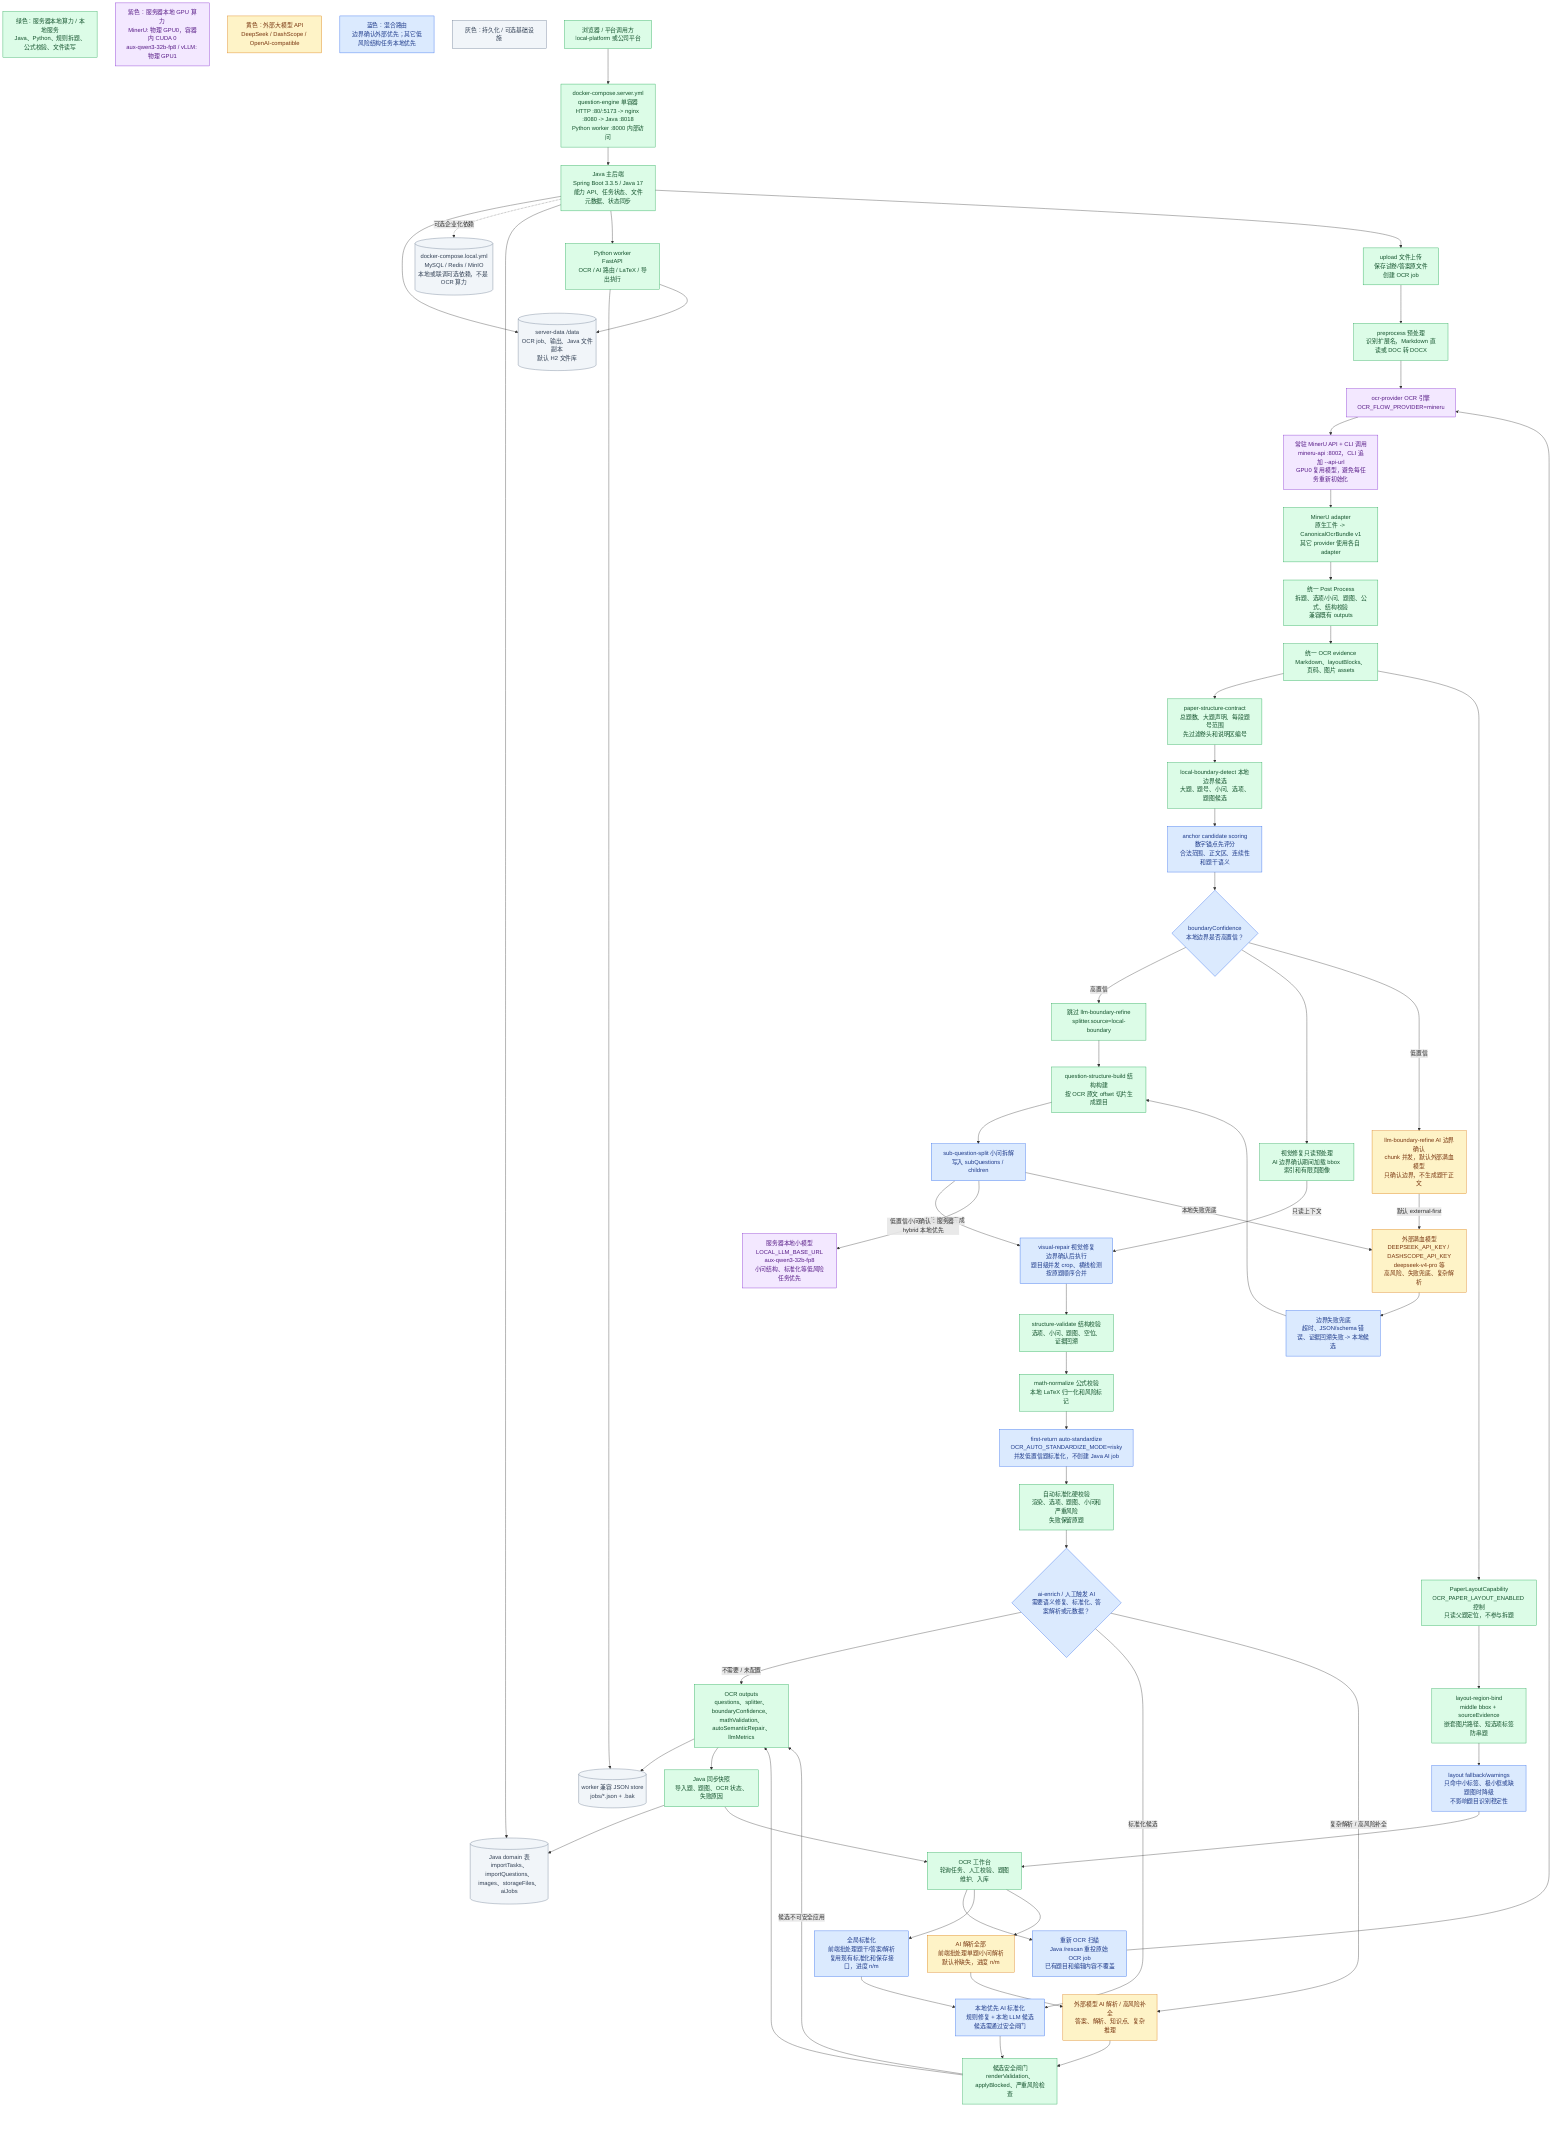
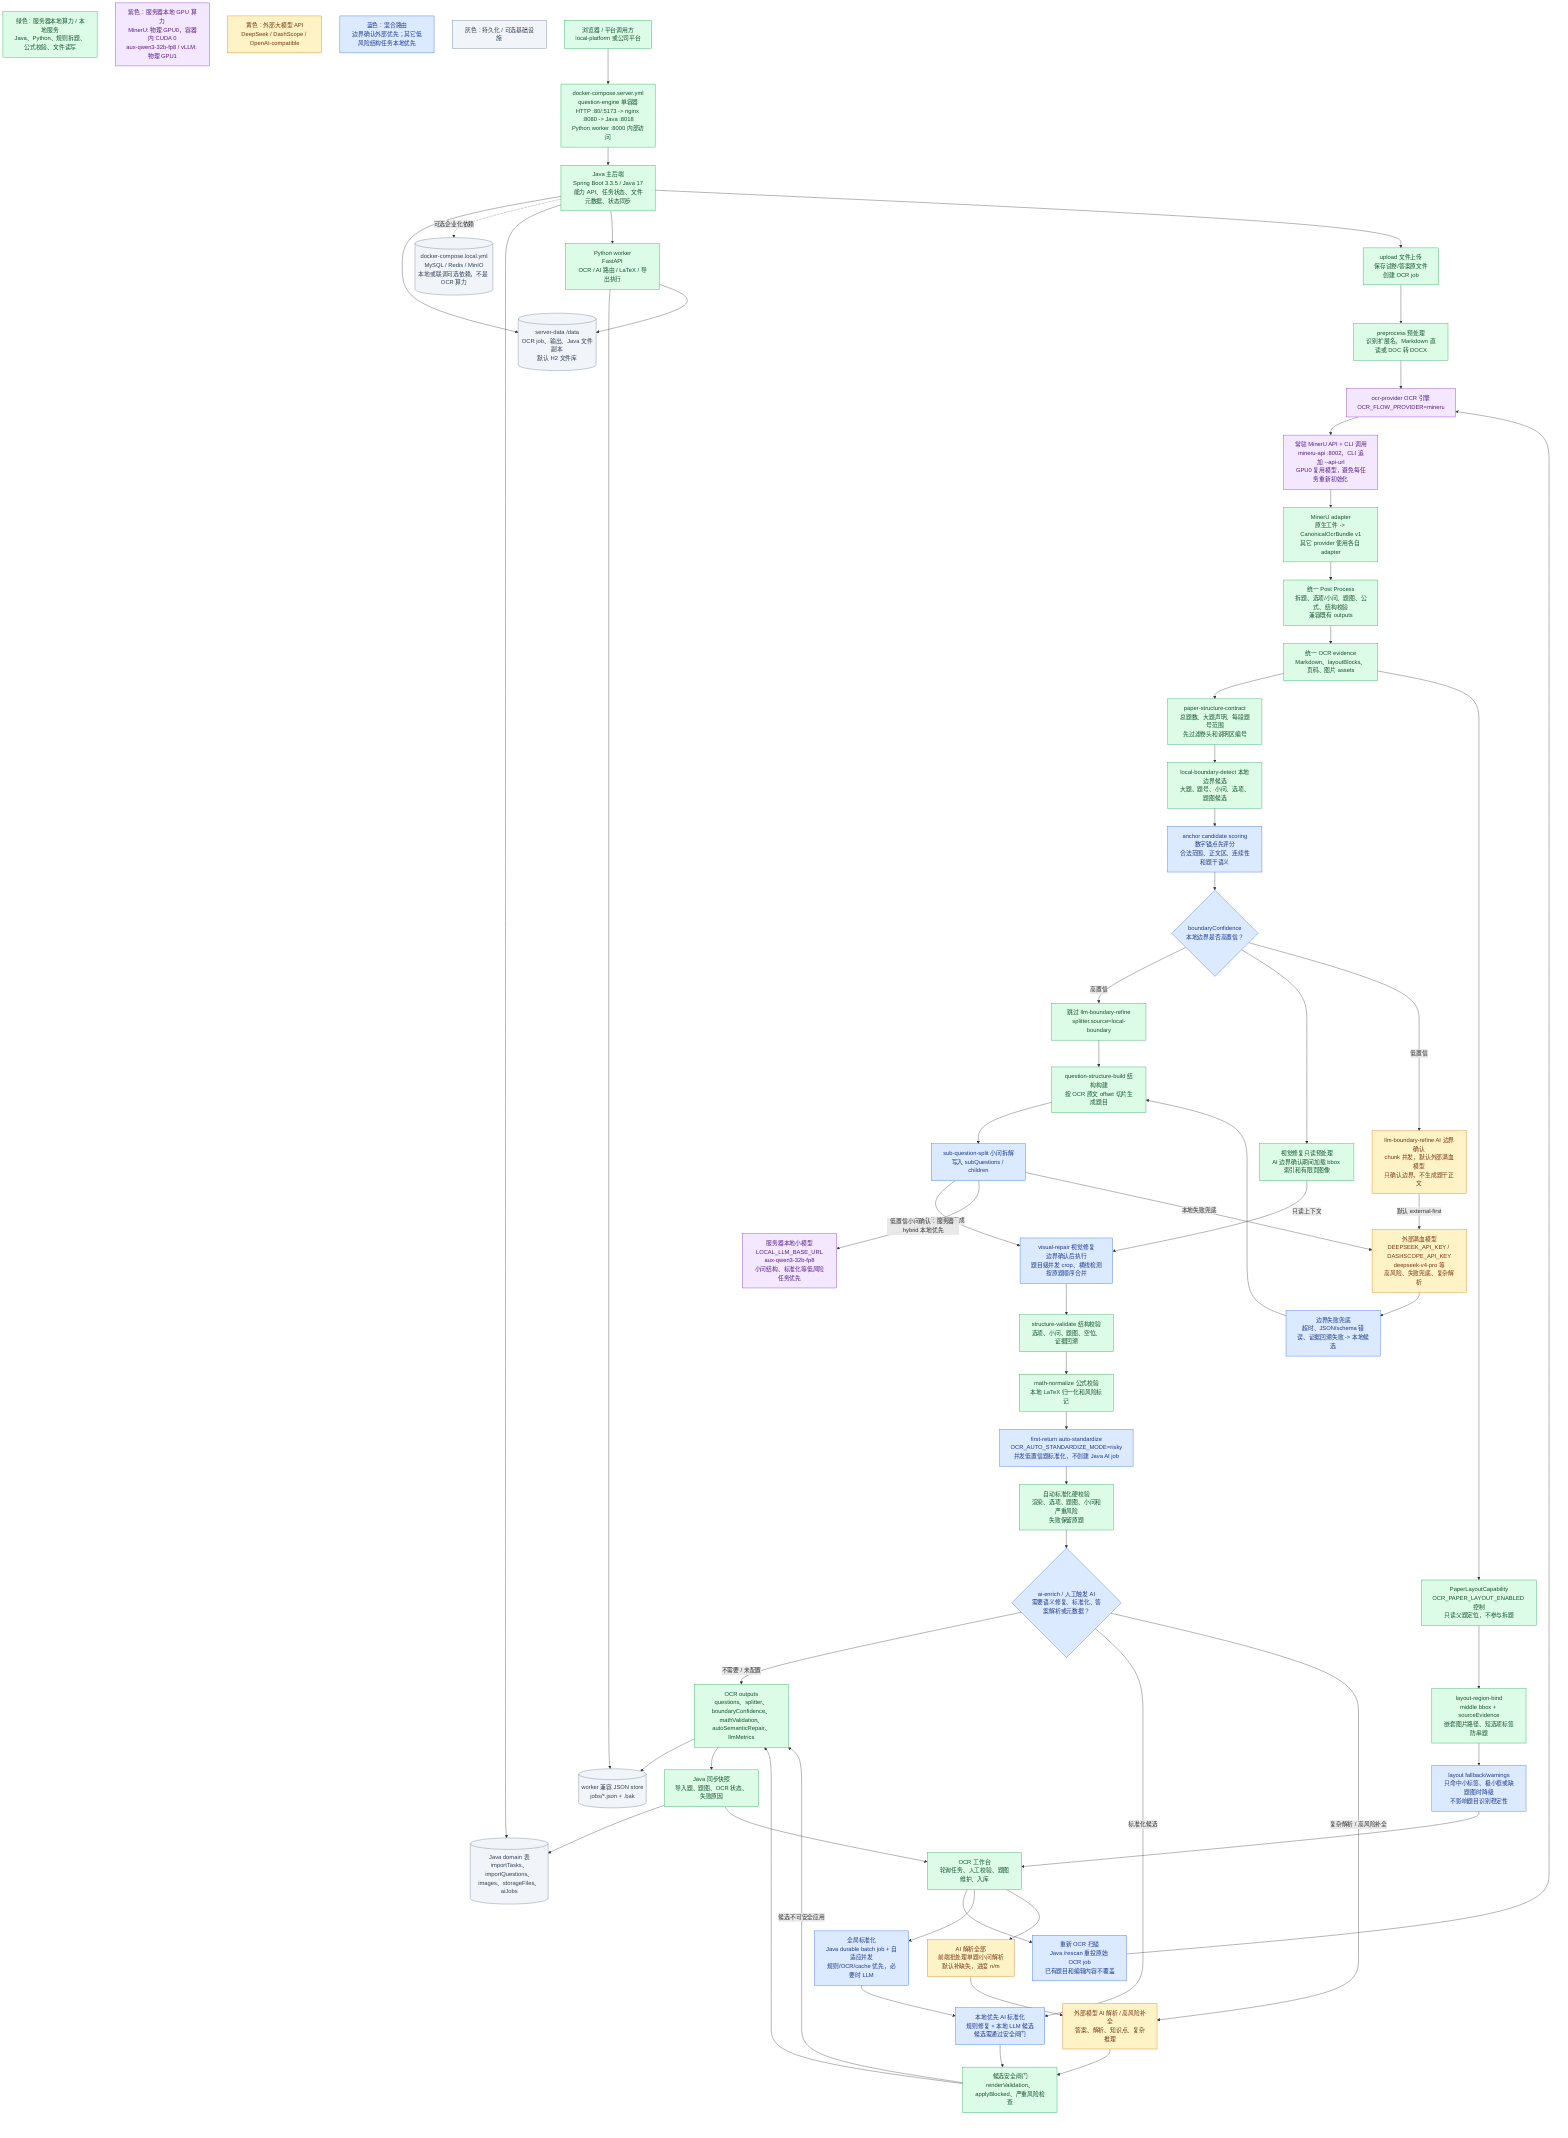
%% Version: 2026-07-15 / server deployment / CanonicalOcrBundle v1
%% Status: current-support
%% Scope: server deployment OCR/AI compute boundary, GPU assignment, MinerU API, first-return auto standardization, layout overlay isolation, global standardization, and public demo runtime.
flowchart TD
  LegendLocal["绿色：服务器本地算力 / 本地服务<br/>Java、Python、规则拆题、公式校验、文件读写"]:::local
  LegendGpu["紫色：服务器本地 GPU 算力<br/>MinerU: 物理 GPU0，容器内 CUDA 0<br/>aux-qwen3-32b-fp8 / vLLM: 物理 GPU1"]:::gpu
  LegendExternal["黄色：外部大模型 API<br/>DeepSeek / DashScope / OpenAI-compatible"]:::external
  LegendHybrid["蓝色：混合路由<br/>边界确认外部优先；其它低风险结构任务本地优先"]:::hybrid
  LegendStore["灰色：持久化 / 可选基础设施"]:::store

  Client["浏览器 / 平台调用方<br/>local-platform 或公司平台"]:::local
  ServerCompose["docker-compose.server.yml<br/>question-engine 单容器<br/>HTTP :80/:5173 -> nginx :8080 -> Java :8018<br/>Python worker :8000 内部访问"]:::local
  Java["Java 主后端<br/>Spring Boot 3.3.5 / Java 17<br/>能力 API、任务状态、文件元数据、状态同步"]:::local
  Worker["Python worker<br/>FastAPI<br/>OCR / AI 路由 / LaTeX / 导出执行"]:::local

  ServerData[("server-data /data<br/>OCR job、输出、Java 文件副本<br/>默认 H2 文件库")]:::store
  OptionalDeps[("docker-compose.local.yml<br/>MySQL / Redis / MinIO<br/>本地或联调可选依赖，不是 OCR 算力")]:::store
  JavaTables[("Java domain 表<br/>importTasks、importQuestions、images、storageFiles、aiJobs")]:::store
  WorkerStore[("worker 兼容 JSON store<br/>jobs/*.json + .bak")]:::store

  Upload["upload 文件上传<br/>保存试卷/答案原文件<br/>创建 OCR job"]:::local
  Preprocess["preprocess 预处理<br/>识别扩展名，Markdown 直读或 DOC 转 DOCX"]:::local
  OcrProvider["ocr-provider OCR 引擎<br/>OCR_FLOW_PROVIDER=mineru"]:::gpu
  MinerU["常驻 MinerU API + CLI 调用<br/>mineru-api :8002，CLI 追加 --api-url<br/>GPU0 复用模型，避免每任务重新初始化"]:::gpu
  ProviderAdapter["MinerU adapter<br/>原生工件 -> CanonicalOcrBundle v1<br/>其它 provider 使用各自 adapter"]:::local
  PostProcess["统一 Post Process<br/>拆题、选项/小问、题图、公式、结构校验<br/>兼容既有 outputs"]:::local
  Collect["统一 OCR evidence<br/>Markdown、layoutBlocks、页码、图片 assets"]:::local
  StructureContract["paper-structure-contract<br/>总题数、大题声明、每段题号范围<br/>先过滤卷头和说明区编号"]:::local
  LocalBoundary["local-boundary-detect 本地边界候选<br/>大题、题号、小问、选项、题图候选"]:::local
  AnchorScore["anchor candidate scoring<br/>数字锚点先评分<br/>合法范围、正文区、连续性和题干语义"]:::hybrid
  Confidence{"boundaryConfidence<br/>本地边界是否高置信？"}:::hybrid
  SkipBoundaryLlm["跳过 llm-boundary-refine<br/>splitter.source=local-boundary"]:::local

  VisualRepairPreload["视觉修复只读预处理<br/>AI 边界确认期间加载 bbox 索引和有限页图像"]:::local
  BoundaryRoute["llm-boundary-refine AI 边界确认<br/>chunk 并发，默认外部满血模型<br/>只确认边界，不生成题干正文"]:::external
  LocalLLM["服务器本地小模型<br/>LOCAL_LLM_BASE_URL<br/>aux-qwen3-32b-fp8<br/>小问结构、标准化等低风险任务优先"]:::gpu
  ExternalLLM["外部满血模型<br/>DEEPSEEK_API_KEY / DASHSCOPE_API_KEY<br/>deepseek-v4-pro 等<br/>高风险、失败兜底、复杂解析"]:::external
  BoundaryFallback["边界失败兜底<br/>超时、JSON/schema 错误、证据回溯失败 -> 本地候选"]:::hybrid

  BuildStructure["question-structure-build 结构构建<br/>按 OCR 原文 offset 切片生成题目"]:::local
  SubQuestion["sub-question-split 小问拆解<br/>写入 subQuestions / children"]:::hybrid
  VisualRepair["visual-repair 视觉修复<br/>边界确认后执行<br/>题目级并发 crop、横线检测<br/>按原题顺序合并"]:::hybrid
  StructureValidate["structure-validate 结构校验<br/>选项、小问、题图、空位、证据回溯"]:::local
  MathNormalize["math-normalize 公式校验<br/>本地 LaTeX 归一化和风险标记"]:::local
  AutoStandardize["first-return auto-standardize<br/>OCR_AUTO_STANDARDIZE_MODE=risky<br/>并发低置信题标准化，不创建 Java AI job"]:::hybrid
  AutoStandardizeGate["自动标准化硬校验<br/>渲染、选项、题图、小问和严重风险<br/>失败保留原题"]:::local

  AiEnrichDecision{"ai-enrich / 人工触发 AI<br/>需要语义修复、标准化、答案解析或元数据？"}:::hybrid
  LocalStandardize["本地优先 AI 标准化<br/>规则修复 + 本地 LLM 候选<br/>候选需通过安全闸门"]:::hybrid
  ExternalAnalysis["外部模型 AI 解析 / 高风险补全<br/>答案、解析、知识点、复杂推理"]:::external
  AiGate["候选安全闸门<br/>renderValidation、applyBlocked、严重风险检查"]:::local

  Outputs["OCR outputs<br/>questions、splitter、boundaryConfidence、mathValidation、autoSemanticRepair、llmMetrics"]:::local
  JavaSync["Java 同步快照<br/>导入题、题图、OCR 状态、失败原因"]:::local
  PaperLayout["PaperLayoutCapability<br/>OCR_PAPER_LAYOUT_ENABLED 控制<br/>只读父题定位，不参与拆题"]:::local
  LayoutBind["layout-region-bind<br/>middle bbox + sourceEvidence<br/>嵌套图片路径、短选项标签防串题"]:::local
  LayoutFallback["layout fallback/warnings<br/>只命中小标签、极小框或缺题图时降级<br/>不影响题目识别稳定性"]:::hybrid
  Workbench["OCR 工作台<br/>轮询任务、人工校验、题图维护、入库"]:::local
  Rescan["重新 OCR 扫描<br/>Java /rescan 重投原始 OCR job<br/>已有题目和编辑内容不覆盖"]:::hybrid
-   BatchStandardize["全局标准化<br/>前端批处理题干/答案/解析<br/>复用现有标准化和保存接口，进度 n/m"]:::hybrid
+   BatchStandardize["全局标准化<br/>Java durable batch job + 自适应并发<br/>规则/OCR/cache 优先，必要时 LLM"]:::hybrid
  BatchAnalysis["AI 解析全部<br/>前端批处理单题/小问解析<br/>默认补缺失，进度 n/m"]:::external

  Client --> ServerCompose --> Java
  Java --> ServerData
  Java -. 可选企业化依赖 .-> OptionalDeps
  Java --> JavaTables
  Java --> Worker
  Worker --> WorkerStore
  Worker --> ServerData

  Java --> Upload --> Preprocess --> OcrProvider --> MinerU --> ProviderAdapter --> PostProcess --> Collect
  Collect --> StructureContract --> LocalBoundary --> AnchorScore --> Confidence
  Confidence -- 高置信 --> SkipBoundaryLlm --> BuildStructure
  Confidence --> VisualRepairPreload
  Confidence -- 低置信 --> BoundaryRoute
  BoundaryRoute -- "默认 external-first" --> ExternalLLM --> BoundaryFallback
  BoundaryFallback --> BuildStructure

  BuildStructure --> SubQuestion
  SubQuestion -- "本地规则可完成" --> VisualRepair
  VisualRepairPreload -- "只读上下文" --> VisualRepair
  SubQuestion -- "低置信小问确认：服务器 hybrid 本地优先" --> LocalLLM
  SubQuestion -- "本地失败兜底" --> ExternalLLM
  VisualRepair --> StructureValidate --> MathNormalize --> AutoStandardize --> AutoStandardizeGate --> AiEnrichDecision

  AiEnrichDecision -- "不需要 / 未配置" --> Outputs
  AiEnrichDecision -- "标准化候选" --> LocalStandardize --> AiGate --> Outputs
  AiEnrichDecision -- "复杂解析 / 高风险补全" --> ExternalAnalysis --> AiGate
  AiGate -- "候选不可安全应用" --> Outputs
  Outputs --> WorkerStore
  Outputs --> JavaSync --> JavaTables
  Collect --> PaperLayout --> LayoutBind --> LayoutFallback --> Workbench
  JavaSync --> Workbench
  Workbench --> Rescan --> OcrProvider
  Workbench --> BatchStandardize --> LocalStandardize
  Workbench --> BatchAnalysis --> ExternalAnalysis

  classDef local fill:#dcfce7,stroke:#16a34a,color:#14532d,stroke-width:1px;
  classDef gpu fill:#f3e8ff,stroke:#7e22ce,color:#581c87,stroke-width:1px;
  classDef external fill:#fef3c7,stroke:#d97706,color:#78350f,stroke-width:1px;
  classDef hybrid fill:#dbeafe,stroke:#2563eb,color:#1e3a8a,stroke-width:1px;
  classDef store fill:#f1f5f9,stroke:#64748b,color:#334155,stroke-width:1px;
